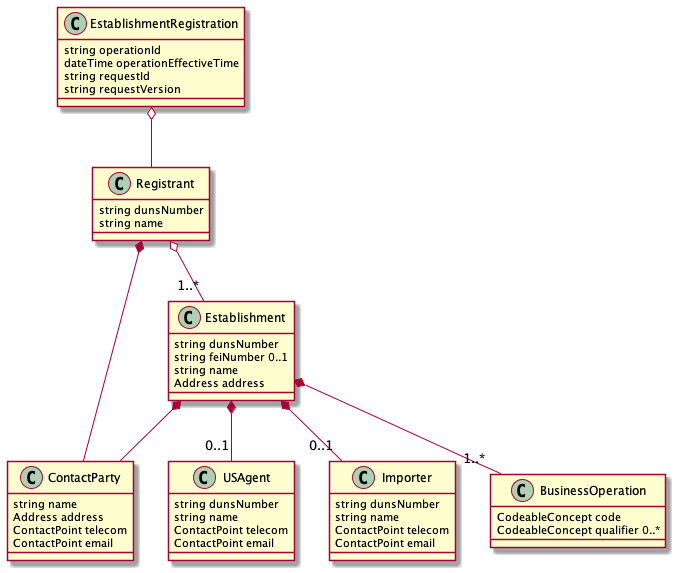
Before: input/images/EstablishmentRegistrationLogicalModel.png, a diagram exported from PlantUML (HL7/fhir-spl).
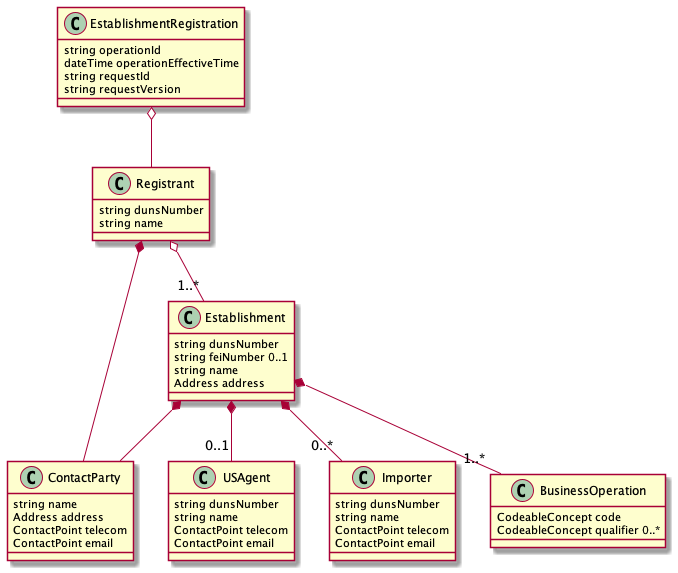
The same file after the commit.

Commit message:
Updated logical model name and a few fixes.

Diff of the diagram source:
```diff
@@ -32,7 +32,7 @@
 	ContactPoint telecom
 	ContactPoint email
 }
-Establishment *-- "0..1" Importer
+Establishment *-- "0..*" Importer
 class Importer {
 	string dunsNumber
 	string name
```
